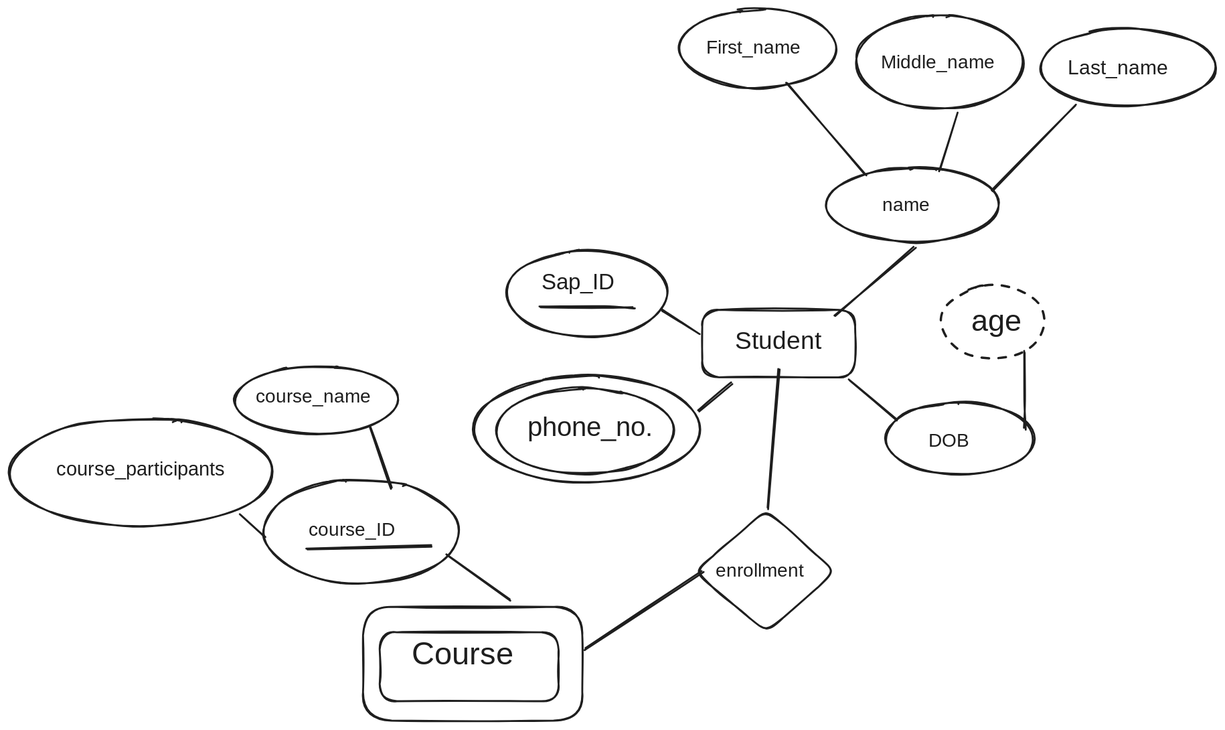
This is Notes Factory/Semister 3/Rough Work/t1.excalidraw.svg from P7XCKD/NF, a Excalidraw export, as it was before one commit. Source tidied: one line per element, renumbered; positions are measured from the earlier drawing's top-left corner, leaving out a move shared by most shapes.
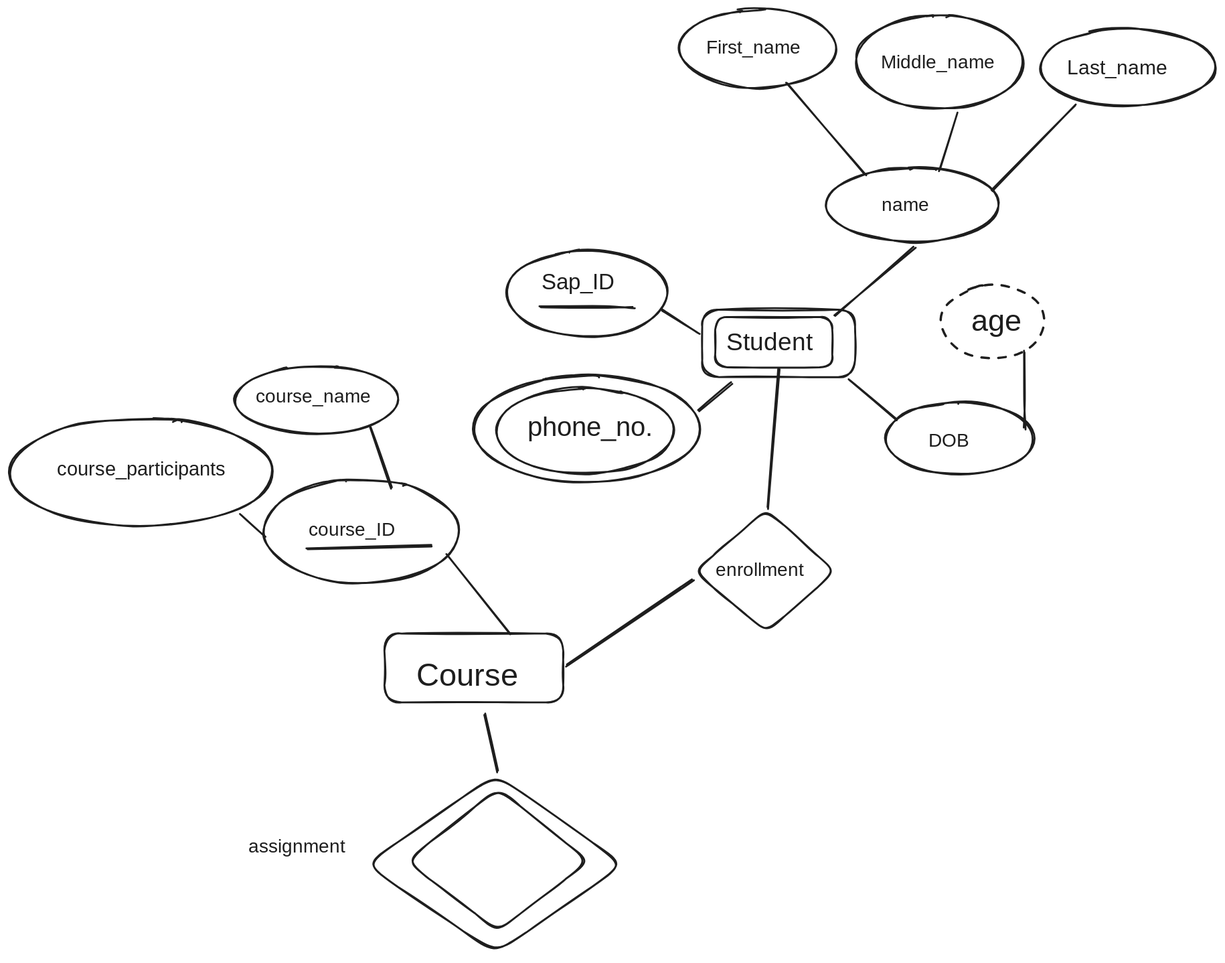
Later version of the same file.

What changed in the source:
```diff
@@ -1,7 +1,7 @@
-{"id": 0, "type": "rectangle", "strokeColor": "#1e1e1e", "strokeWidth": 2, "roughness": 1, "round": true, "x": 395, "y": 664, "width": 191, "height": 74}
+{"id": 0, "type": "rectangle", "strokeColor": "#1e1e1e", "strokeWidth": 2, "roughness": 1, "round": true, "x": 400, "y": 666, "width": 191, "height": 74}
-{"id": 1, "type": "text", "text": "Course", "strokeColor": "#1e1e1e", "strokeWidth": 2, "roughness": 1, "fontSize": 33.68, "fontFamily": 1, "x": 429, "y": 668, "width": 111, "height": 42}
+{"id": 1, "type": "text", "text": "Course", "strokeColor": "#1e1e1e", "strokeWidth": 2, "roughness": 1, "fontSize": 33.68, "fontFamily": 1, "x": 434, "y": 691, "width": 111, "height": 42}
 {"id": 2, "type": "rectangle", "strokeColor": "#1e1e1e", "strokeWidth": 2, "roughness": 1, "round": true, "x": 739, "y": 320, "width": 163, "height": 72}
-{"id": 3, "type": "text", "text": "Student", "strokeColor": "#1e1e1e", "strokeWidth": 2, "roughness": 1, "fontSize": 26.25, "fontFamily": 1, "x": 774, "y": 339, "width": 102, "height": 33}
+{"id": 3, "type": "text", "text": "Student", "strokeColor": "#1e1e1e", "strokeWidth": 2, "roughness": 1, "fontSize": 26.09, "fontFamily": 1, "x": 765, "y": 340, "width": 101, "height": 33}
 {"id": 4, "type": "ellipse", "strokeColor": "#1e1e1e", "strokeWidth": 2, "roughness": 1, "round": true, "x": 530, "y": 257, "width": 172, "height": 91}
 {"id": 5, "type": "text", "text": "Sap_ID", "strokeColor": "#1e1e1e", "strokeWidth": 2, "roughness": 1, "fontSize": 23.41, "fontFamily": 1, "x": 568, "y": 277, "width": 92, "height": 29}
 {"id": 6, "type": "line", "strokeColor": "#1e1e1e", "strokeWidth": 2, "roughness": 1, "round": true, "x": 567, "y": 318, "width": 99, "height": 0, "points": [[0, 0], [67, 0], [99, 0]]}
@@ -28,18 +28,22 @@
 {"id": 27, "type": "line", "strokeColor": "#1e1e1e", "strokeWidth": 2, "roughness": 1, "round": true, "x": 1083, "y": 447, "width": 0, "height": 82, "points": [[0, 0], [0, -30], [0, -82]]}
 {"id": 28, "type": "ellipse", "strokeColor": "#1e1e1e", "strokeWidth": 2, "strokeStyle": "dashed", "roughness": 1, "round": true, "x": 994, "y": 294, "width": 111, "height": 78}
 {"id": 29, "type": "text", "text": "age", "strokeColor": "#1e1e1e", "strokeWidth": 2, "strokeStyle": "dashed", "roughness": 1, "fontSize": 32.34, "fontFamily": 1, "x": 1026, "y": 314, "width": 55, "height": 40}
-{"id": 30, "type": "rectangle", "strokeColor": "#1e1e1e", "strokeWidth": 2, "roughness": 1, "round": true, "x": 377, "y": 637, "width": 234, "height": 121}
+{"id": 30, "type": "rectangle", "strokeColor": "#1e1e1e", "strokeWidth": 2, "roughness": 1, "round": true, "x": 753, "y": 328, "width": 125, "height": 54}
 {"id": 31, "type": "diamond", "strokeColor": "#1e1e1e", "strokeWidth": 2, "roughness": 1, "round": true, "x": 731, "y": 534, "width": 150, "height": 131}
 {"id": 32, "type": "text", "text": "enrollment ", "strokeColor": "#1e1e1e", "strokeWidth": 2, "roughness": 1, "fontSize": 20, "fontFamily": 1, "x": 753, "y": 587, "width": 105, "height": 25}
 {"id": 33, "type": "line", "strokeColor": "#1e1e1e", "strokeWidth": 2, "roughness": 1, "round": true, "x": 822, "y": 383, "width": 13, "height": 150, "points": [[0, 0], [-13, 150]]}
-{"id": 34, "type": "line", "strokeColor": "#1e1e1e", "strokeWidth": 2, "roughness": 1, "round": true, "x": 614, "y": 682, "width": 126, "height": 82, "points": [[0, 0], [126, -82]]}
+{"id": 34, "type": "line", "strokeColor": "#1e1e1e", "strokeWidth": 2, "roughness": 1, "round": true, "x": 594, "y": 700, "width": 136, "height": 91, "points": [[0, 0], [136, -91]]}
 {"id": 35, "type": "ellipse", "strokeColor": "#1e1e1e", "strokeWidth": 2, "roughness": 1, "round": true, "x": 271, "y": 501, "width": 209, "height": 112}
 {"id": 36, "type": "text", "text": "course_ID", "strokeColor": "#1e1e1e", "strokeWidth": 2, "roughness": 1, "fontSize": 20, "fontFamily": 1, "x": 319, "y": 543, "width": 106, "height": 25}
 {"id": 37, "type": "line", "strokeColor": "#1e1e1e", "strokeWidth": 2, "roughness": 1, "round": true, "x": 318, "y": 576, "width": 131, "height": 4, "points": [[0, 0], [131, -4]]}
-{"id": 38, "type": "line", "strokeColor": "#1e1e1e", "strokeWidth": 2, "roughness": 1, "round": true, "x": 466, "y": 582, "width": 68, "height": 47, "points": [[0, 0], [68, 47]]}
+{"id": 38, "type": "line", "strokeColor": "#1e1e1e", "strokeWidth": 2, "roughness": 1, "round": true, "x": 466, "y": 582, "width": 67, "height": 83, "points": [[0, 0], [67, 83]]}
 {"id": 39, "type": "ellipse", "strokeColor": "#1e1e1e", "strokeWidth": 2, "roughness": 1, "round": true, "x": 241, "y": 380, "width": 174, "height": 72}
 {"id": 40, "type": "text", "text": "course_name", "strokeColor": "#1e1e1e", "strokeWidth": 2, "roughness": 1, "fontSize": 20, "fontFamily": 1, "x": 262, "y": 401, "width": 126, "height": 25}
 {"id": 41, "type": "ellipse", "strokeColor": "#1e1e1e", "strokeWidth": 2, "roughness": 1, "round": true, "x": 0, "y": 436, "width": 281, "height": 115}
 {"id": 42, "type": "text", "text": "course_participants", "strokeColor": "#1e1e1e", "strokeWidth": 2, "roughness": 1, "fontSize": 20.54, "fontFamily": 1, "x": 50, "y": 479, "width": 201, "height": 26}
 {"id": 43, "type": "line", "strokeColor": "#1e1e1e", "strokeWidth": 2, "roughness": 1, "round": true, "x": 385, "y": 446, "width": 23, "height": 64, "points": [[0, 0], [23, 64]]}
 {"id": 44, "type": "line", "strokeColor": "#1e1e1e", "strokeWidth": 2, "roughness": 1, "round": true, "x": 247, "y": 540, "width": 25, "height": 21, "points": [[0, 0], [25, 21]]}
+{"id": 45, "type": "diamond", "strokeColor": "#1e1e1e", "strokeWidth": 2, "roughness": 1, "round": true, "x": 423, "y": 831, "width": 195, "height": 152}
+{"id": 46, "type": "diamond", "strokeColor": "#1e1e1e", "strokeWidth": 2, "roughness": 1, "round": true, "x": 380, "y": 816, "width": 276, "height": 191}
+{"id": 47, "type": "line", "strokeColor": "#1e1e1e", "strokeWidth": 2, "roughness": 1, "round": true, "x": 520, "y": 813, "width": 12, "height": 62, "points": [[0, 0], [-12, -62]]}
+{"id": 48, "type": "text", "text": "assignment", "strokeColor": "#1e1e1e", "strokeWidth": 2, "roughness": 1, "fontSize": 20, "fontFamily": 1, "x": 255, "y": 882, "width": 103, "height": 25}
```
